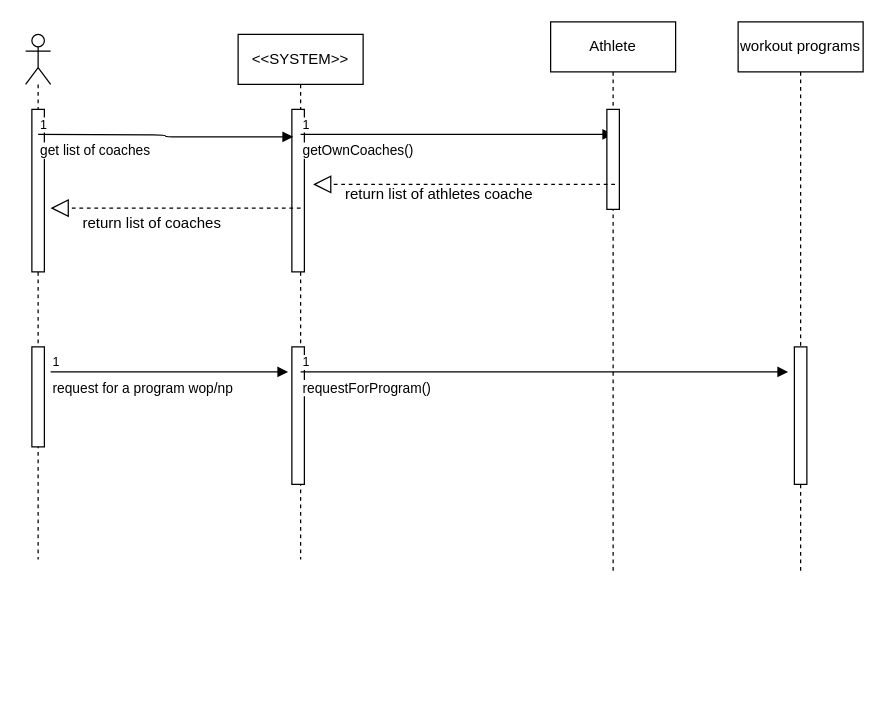
This is Behavioral Modeling/RequestforProgramSequenceDiagram.drawio from mmohajer9/sama-online-coaching-system, a draw.io file, before an edit. Source tidied: cells renumbered, new cells numbered last; positions are measured from the earlier drawing's top-left corner, leaving out a move shared by most shapes. Both pictures are drawn from the tidied source at 125%, with x=0, y=0 at pixel (25, 21).
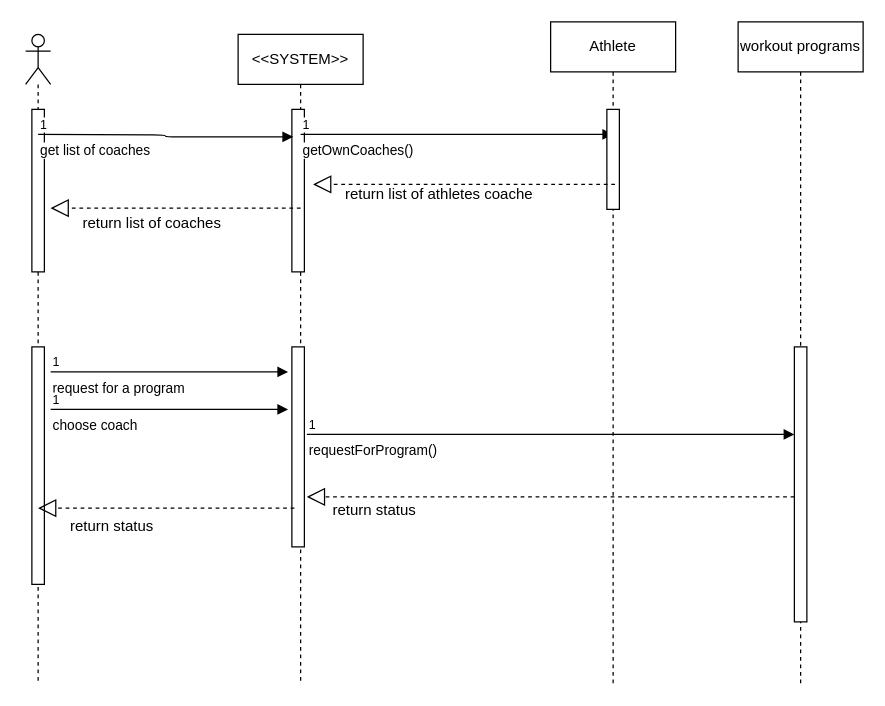
Above is the later version.

Diff of the diagram source:
```diff
@@
     <mxCell id="2" value="&amp;lt;&amp;lt;SYSTEM&amp;gt;&amp;gt;" style="shape=umlLifeline;perimeter=lifelinePerimeter;whiteSpace=wrap;html=1;" parent="1" vertex="1">
-      <mxGeometry x="170" y="10" width="100" height="420" as="geometry" />
+      <mxGeometry x="170" y="10" width="100" height="520" as="geometry" />
     </mxCell>
@@
     <mxCell id="4" style="html=1;perimeter=orthogonalPerimeter;" parent="2" vertex="1">
-      <mxGeometry x="43" y="250" width="10" height="110" as="geometry" />
+      <mxGeometry x="43" y="250" width="10" height="160" as="geometry" />
     </mxCell>
-    <mxCell id="5" value="requestForProgram()" style="endArrow=block;endFill=1;html=1;edgeStyle=orthogonalEdgeStyle;align=left;verticalAlign=top;" parent="2" edge="1">
-      <mxGeometry x="-1" relative="1" as="geometry">
-        <mxPoint x="50" y="270" as="sourcePoint" />
-        <mxPoint x="440" y="270" as="targetPoint" />
-      </mxGeometry>
-    </mxCell>
-    <mxCell id="6" value="1" style="html=1;align=left;verticalAlign=bottom;labelBackgroundColor=#ffffff;fontSize=10;" parent="5" vertex="1">
-      <mxGeometry x="-1" relative="1" as="geometry" />
-    </mxCell>
     <mxCell id="7" style="shape=umlLifeline;participant=umlActor;perimeter=lifelinePerimeter;whiteSpace=wrap;html=1;verticalAlign=top;spacingTop=36;labelBackgroundColor=#ffffff;" parent="1" vertex="1">
-      <mxGeometry y="10" width="20" height="420" as="geometry" />
+      <mxGeometry y="10" width="20" height="520" as="geometry" />
     </mxCell>
@@
     <mxCell id="11" style="html=1;perimeter=orthogonalPerimeter;" parent="7" vertex="1">
-      <mxGeometry x="5" y="250" width="10" height="80" as="geometry" />
+      <mxGeometry x="5" y="250" width="10" height="190" as="geometry" />
     </mxCell>
     <mxCell id="12" value="workout programs" style="shape=umlLifeline;perimeter=lifelinePerimeter;whiteSpace=wrap;html=1;" parent="1" vertex="1">
-      <mxGeometry x="570" width="100" height="440" as="geometry" />
+      <mxGeometry x="570" width="100" height="530" as="geometry" />
     </mxCell>
     <mxCell id="13" style="html=1;perimeter=orthogonalPerimeter;" parent="12" vertex="1">
-      <mxGeometry x="45" y="260" width="10" height="110" as="geometry" />
+      <mxGeometry x="45" y="260" width="10" height="220" as="geometry" />
     </mxCell>
@@
     <mxCell id="16" value="Athlete" style="shape=umlLifeline;perimeter=lifelinePerimeter;whiteSpace=wrap;html=1;" parent="1" vertex="1">
-      <mxGeometry x="420" width="100" height="440" as="geometry" />
+      <mxGeometry x="420" width="100" height="530" as="geometry" />
     </mxCell>
@@
-    <mxCell id="22" value="request for a program wop/np" style="endArrow=block;endFill=1;html=1;edgeStyle=orthogonalEdgeStyle;align=left;verticalAlign=top;" parent="1" edge="1">
+    <mxCell id="22" value="request for a program" style="endArrow=block;endFill=1;html=1;edgeStyle=orthogonalEdgeStyle;align=left;verticalAlign=top;" parent="1" edge="1">
       <mxGeometry x="-1" relative="1" as="geometry">
         <mxPoint x="20" y="280" as="sourcePoint" />
         <mxPoint x="210" y="280" as="targetPoint" />
       </mxGeometry>
     </mxCell>
@@
+    <mxCell id="24" style="endArrow=block;dashed=1;endFill=0;endSize=12;html=1;" parent="1" edge="1">
+      <mxGeometry relative="1" as="geometry">
+        <mxPoint x="615" y="380" as="sourcePoint" />
+        <mxPoint x="225" y="380" as="targetPoint" />
+      </mxGeometry>
+    </mxCell>
+    <mxCell id="25" style="endArrow=block;dashed=1;endFill=0;endSize=12;html=1;" parent="1" edge="1">
+      <mxGeometry relative="1" as="geometry">
+        <mxPoint x="215" y="389" as="sourcePoint" />
+        <mxPoint x="10" y="389" as="targetPoint" />
+      </mxGeometry>
+    </mxCell>
+    <mxCell id="5" value="requestForProgram()" style="endArrow=block;endFill=1;html=1;edgeStyle=orthogonalEdgeStyle;align=left;verticalAlign=top;" parent="1" edge="1">
+      <mxGeometry x="-1" relative="1" as="geometry">
+        <mxPoint x="225" y="330" as="sourcePoint" />
+        <mxPoint x="615" y="330" as="targetPoint" />
+      </mxGeometry>
+    </mxCell>
+    <mxCell id="6" value="1" style="html=1;align=left;verticalAlign=bottom;labelBackgroundColor=#ffffff;fontSize=10;" parent="5" vertex="1">
+      <mxGeometry x="-1" relative="1" as="geometry" />
+    </mxCell>
+    <mxCell id="26" value="choose coach" style="endArrow=block;endFill=1;html=1;edgeStyle=orthogonalEdgeStyle;align=left;verticalAlign=top;" parent="1" edge="1">
+      <mxGeometry x="-1" relative="1" as="geometry">
+        <mxPoint x="20" y="310" as="sourcePoint" />
+        <mxPoint x="210" y="310" as="targetPoint" />
+      </mxGeometry>
+    </mxCell>
+    <mxCell id="27" value="1" style="html=1;align=left;verticalAlign=bottom;labelBackgroundColor=#ffffff;fontSize=10;" parent="26" vertex="1">
+      <mxGeometry x="-1" relative="1" as="geometry" />
+    </mxCell>
+    <mxCell id="28" value="return status" style="text;strokeColor=none;fillColor=none;align=left;verticalAlign=top;spacingLeft=4;spacingRight=4;overflow=hidden;" parent="1" vertex="1">
+      <mxGeometry x="240" y="377" width="100" height="26" as="geometry" />
+    </mxCell>
+    <mxCell id="29" value="return status" style="text;strokeColor=none;fillColor=none;align=left;verticalAlign=top;spacingLeft=4;spacingRight=4;overflow=hidden;" parent="1" vertex="1">
+      <mxGeometry x="30" y="390" width="100" height="26" as="geometry" />
+    </mxCell>
```
